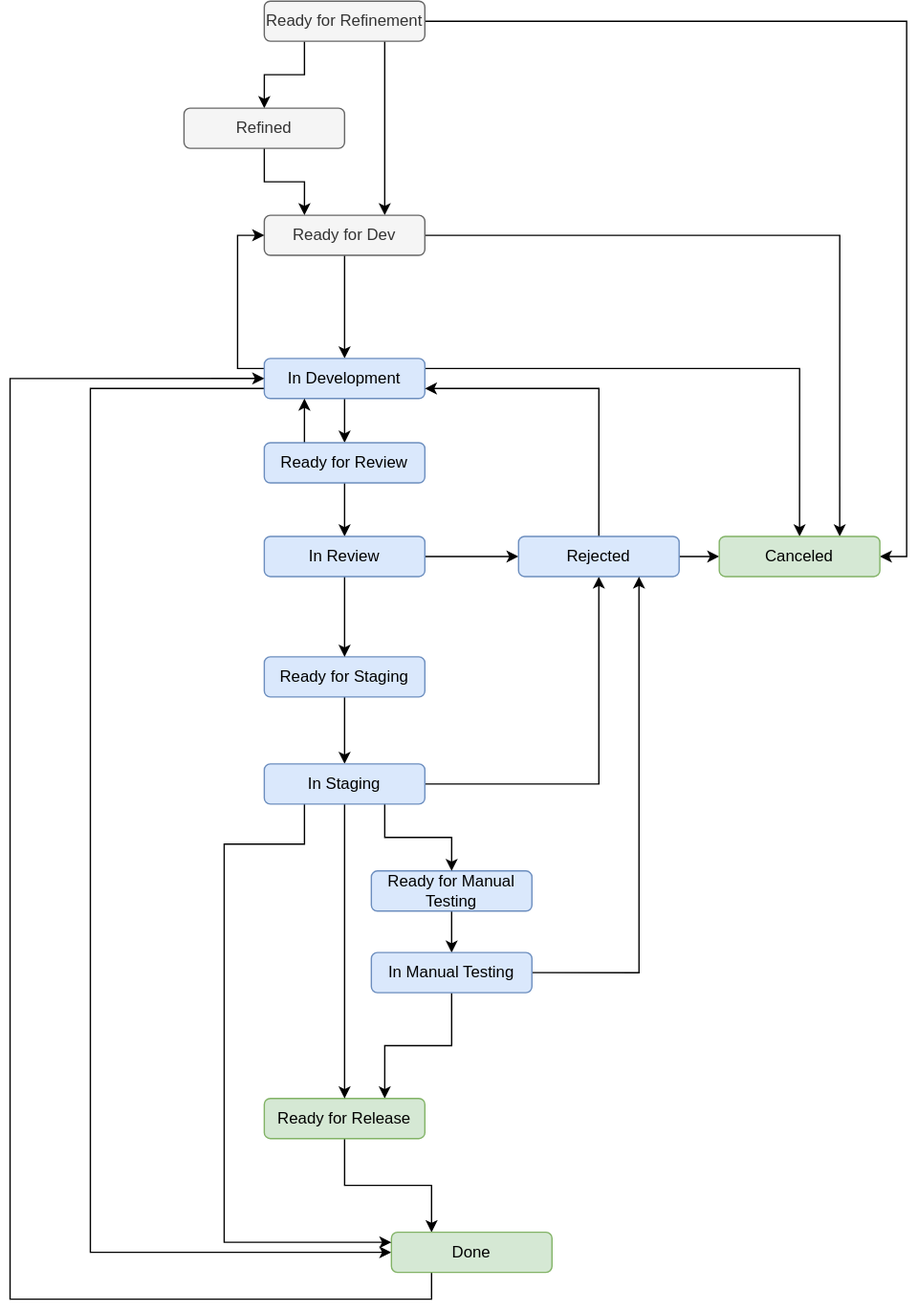
Before: workflows/workflow-bug.drawio.svg, a diagram exported from draw.io (ksb-digital/.github). Source tidied: cells renumbered, new cells last; positions are measured from the earlier drawing's top-left corner, leaving out a move shared by most shapes.
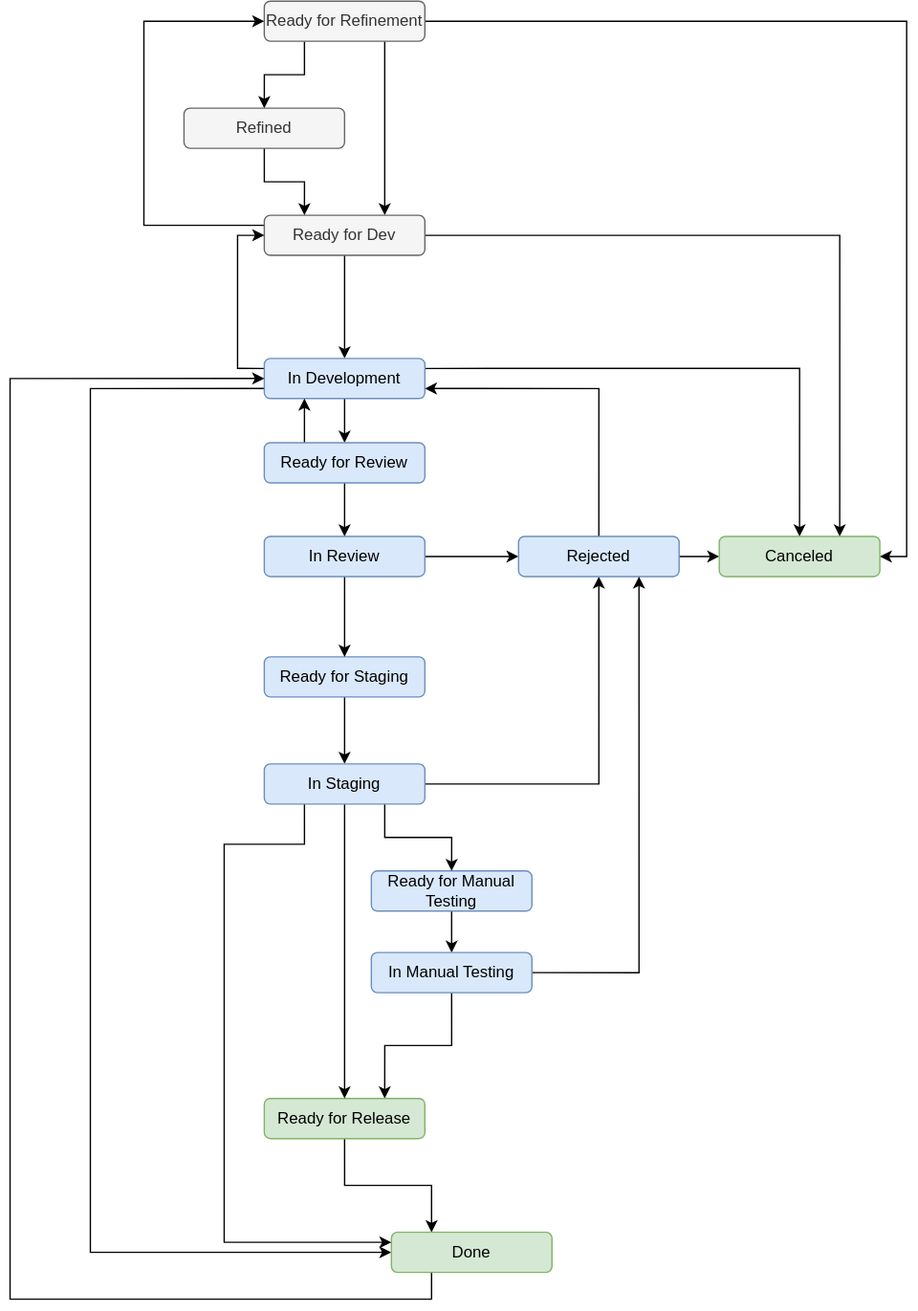
Later version of the same file.

What changed in the source:
```diff
@@ -20,6 +20,14 @@
     <mxCell id="7" style="edgeStyle=orthogonalEdgeStyle;rounded=0;jettySize=auto;html=1;exitX=1;exitY=0.5;exitDx=0;exitDy=0;entryX=0.75;entryY=0;entryDx=0;entryDy=0;" parent="1" edge="1" source="8" target="31">
       <mxGeometry relative="1" as="geometry" />
     </mxCell>
+    <mxCell id="42" style="edgeStyle=orthogonalEdgeStyle;rounded=0;jettySize=auto;html=1;exitX=0;exitY=0.25;exitDx=0;exitDy=0;entryX=0;entryY=0.5;entryDx=0;entryDy=0;" parent="1" edge="1" source="8" target="5">
+      <mxGeometry relative="1" as="geometry">
+        <Array as="points">
+          <mxPoint x="100" y="168" />
+          <mxPoint x="100" y="15" />
+        </Array>
+      </mxGeometry>
+    </mxCell>
     <mxCell id="8" value="Ready for Dev" style="rounded=1;whiteSpace=wrap;html=1;fillColor=#f5f5f5;fontColor=#333333;strokeColor=#666666;" parent="1" vertex="1">
       <mxGeometry x="190" y="160" width="120" height="30" as="geometry" />
     </mxCell>
```
